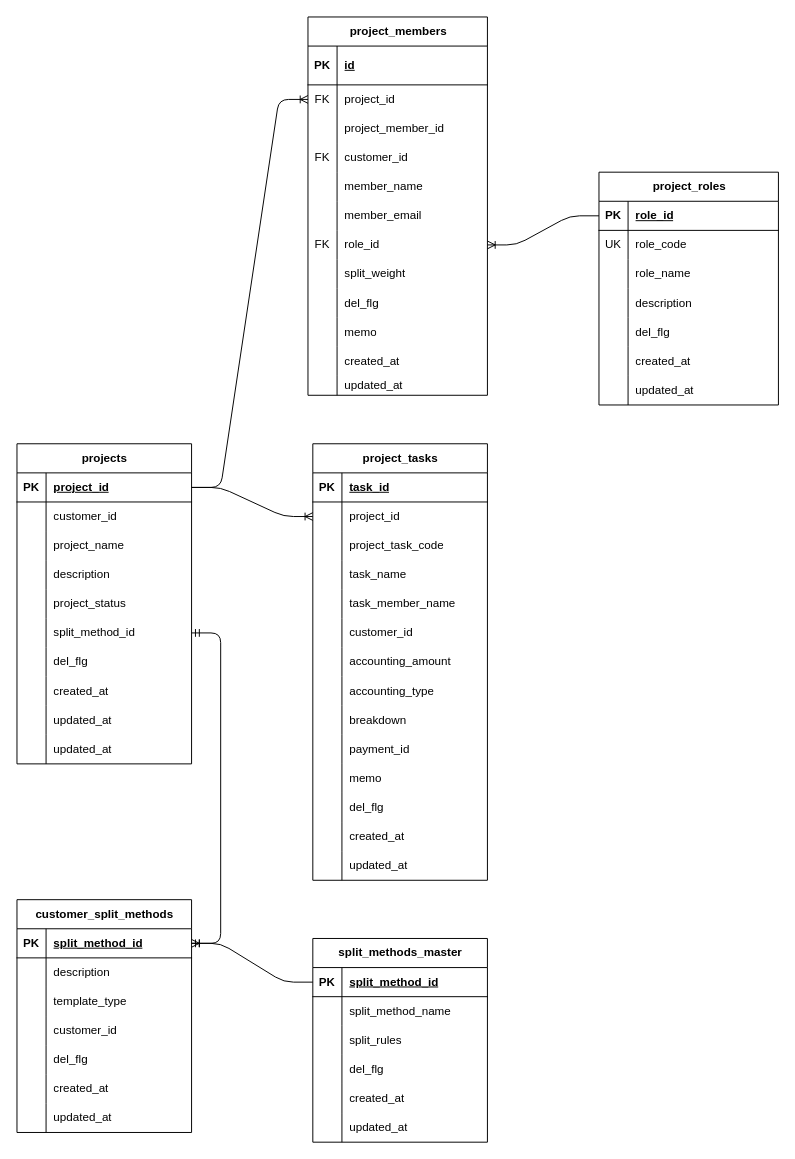
MafsafumiFullno/warikan_app keeps this draw.io diagram as page "プロジェクト系" (4 of 4) of docs/ER-Diagram.drawio. Above is the earlier version. Source tidied: cells renumbered, new cells numbered last; positions are measured from the earlier drawing's top-left corner, leaving out a move shared by most shapes. Both pictures are drawn from the tidied source at 97%, with x=0, y=0 at pixel (16, 16).
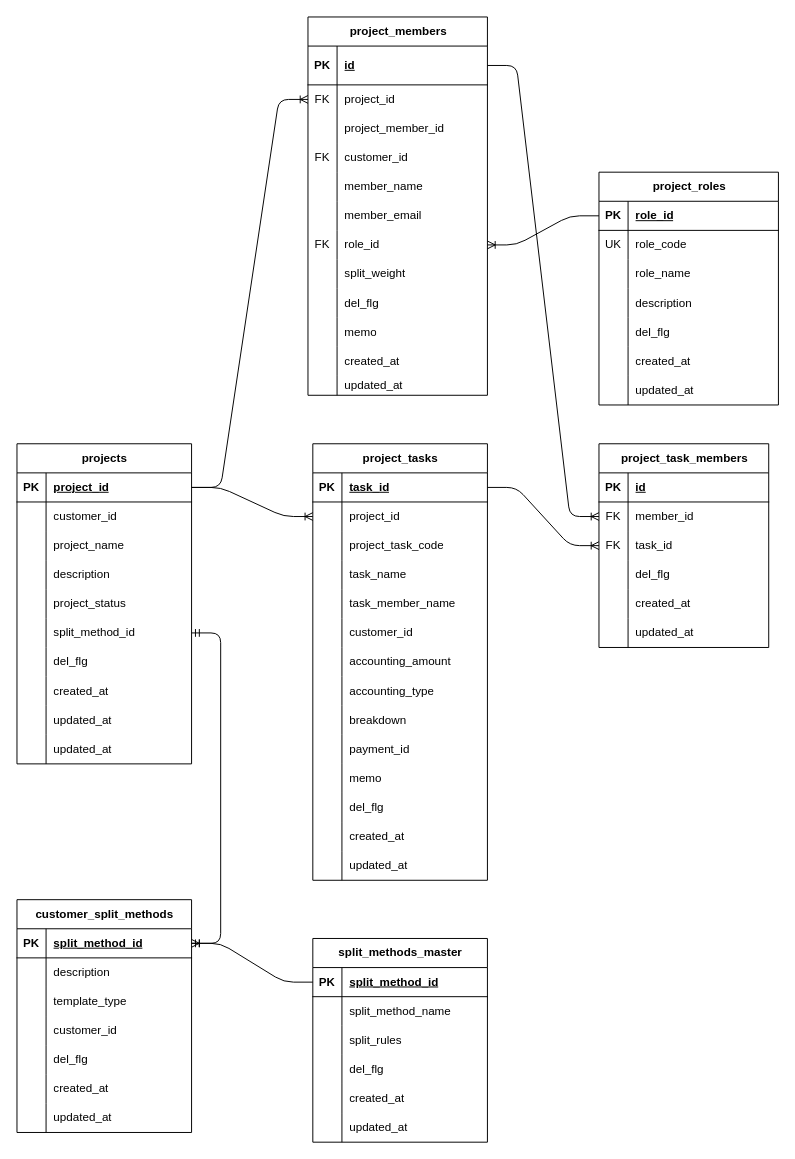
Above is the later version.

Unchanged cells that the change refers to:
```xml
<mxCell id="34" style="shape=tableRow;horizontal=0;startSize=0;swimlaneHead=0;swimlaneBody=0;fillColor=none;points=[[0,0.5],[1,0.5]];portConstraint=eastwest;top=0;left=0;right=0;bottom=1;" parent="33" vertex="1">
  <mxGeometry y="30" width="180" height="30" as="geometry" />
</mxCell>
<mxCell id="143" style="shape=tableRow;horizontal=0;startSize=0;swimlaneHead=0;swimlaneBody=0;fillColor=none;points=[[0,0.5],[1,0.5]];portConstraint=eastwest;top=0;left=0;right=0;bottom=1;" parent="142" vertex="1">
  <mxGeometry y="30" width="185" height="40" as="geometry" />
</mxCell>
```

Change to the diagram source:
```diff
@@
+    <mxCell id="181" value="project_task_members" style="shape=table;startSize=30;childLayout=tableLayout;rowLines=0;fontStyle=1;align=center;html=1;" parent="1" vertex="1">
+      <mxGeometry x="600" y="440" width="175" height="210" as="geometry" />
+    </mxCell>
+    <mxCell id="182" style="shape=tableRow;horizontal=0;startSize=0;swimlaneHead=0;swimlaneBody=0;fillColor=none;top=0;left=0;right=0;bottom=1;" parent="181" vertex="1">
+      <mxGeometry y="30" width="175" height="30" as="geometry" />
+    </mxCell>
+    <mxCell id="183" value="PK" style="shape=partialRectangle;fillColor=none;top=0;left=0;bottom=0;right=0;fontStyle=1;overflow=hidden;whiteSpace=wrap;html=1;" parent="182" vertex="1">
+      <mxGeometry width="30" height="30" as="geometry" />
+    </mxCell>
+    <mxCell id="184" value="id" style="shape=partialRectangle;fillColor=none;top=0;left=0;bottom=0;right=0;align=left;spacingLeft=6;fontStyle=5;overflow=hidden;whiteSpace=wrap;html=1;" parent="182" vertex="1">
+      <mxGeometry x="30" width="145" height="30" as="geometry" />
+    </mxCell>
+    <mxCell id="185" style="shape=tableRow;horizontal=0;startSize=0;swimlaneHead=0;swimlaneBody=0;fillColor=none;points=[[0,0.5],[1,0.5]];portConstraint=eastwest;top=0;left=0;right=0;bottom=0;" parent="181" vertex="1">
+      <mxGeometry y="60" width="175" height="30" as="geometry" />
+    </mxCell>
+    <mxCell id="186" value="FK" style="shape=partialRectangle;fillColor=none;top=0;left=0;bottom=0;right=0;overflow=hidden;whiteSpace=wrap;html=1;" parent="185" vertex="1">
+      <mxGeometry width="30" height="30" as="geometry" />
+    </mxCell>
+    <mxCell id="187" value="member_id" style="shape=partialRectangle;fillColor=none;top=0;left=0;bottom=0;right=0;align=left;spacingLeft=6;overflow=hidden;whiteSpace=wrap;html=1;" parent="185" vertex="1">
+      <mxGeometry x="30" width="145" height="30" as="geometry" />
+    </mxCell>
+    <mxCell id="188" style="shape=tableRow;horizontal=0;startSize=0;swimlaneHead=0;swimlaneBody=0;fillColor=none;points=[[0,0.5],[1,0.5]];portConstraint=eastwest;top=0;left=0;right=0;bottom=0;" parent="181" vertex="1">
+      <mxGeometry y="90" width="175" height="30" as="geometry" />
+    </mxCell>
+    <mxCell id="189" value="FK" style="shape=partialRectangle;fillColor=none;top=0;left=0;bottom=0;right=0;overflow=hidden;whiteSpace=wrap;html=1;" parent="188" vertex="1">
+      <mxGeometry width="30" height="30" as="geometry" />
+    </mxCell>
+    <mxCell id="190" value="task_id" style="shape=partialRectangle;fillColor=none;top=0;left=0;bottom=0;right=0;align=left;spacingLeft=6;overflow=hidden;whiteSpace=wrap;html=1;" parent="188" vertex="1">
+      <mxGeometry x="30" width="145" height="30" as="geometry" />
+    </mxCell>
+    <mxCell id="191" style="shape=tableRow;horizontal=0;startSize=0;swimlaneHead=0;swimlaneBody=0;fillColor=none;top=0;left=0;right=0;bottom=0;" parent="181" vertex="1">
+      <mxGeometry y="120" width="175" height="30" as="geometry" />
+    </mxCell>
+    <mxCell id="192" style="shape=partialRectangle;fillColor=none;top=0;left=0;bottom=0;right=0;overflow=hidden;whiteSpace=wrap;html=1;" parent="191" vertex="1">
+      <mxGeometry width="30" height="30" as="geometry" />
+    </mxCell>
+    <mxCell id="193" value="del_flg" style="shape=partialRectangle;fillColor=none;top=0;left=0;bottom=0;right=0;align=left;spacingLeft=6;overflow=hidden;whiteSpace=wrap;html=1;" parent="191" vertex="1">
+      <mxGeometry x="30" width="145" height="30" as="geometry" />
+    </mxCell>
+    <mxCell id="194" style="shape=tableRow;horizontal=0;startSize=0;swimlaneHead=0;swimlaneBody=0;fillColor=none;top=0;left=0;right=0;bottom=0;" parent="181" vertex="1">
+      <mxGeometry y="150" width="175" height="30" as="geometry" />
+    </mxCell>
+    <mxCell id="195" style="shape=partialRectangle;fillColor=none;top=0;left=0;bottom=0;right=0;overflow=hidden;whiteSpace=wrap;html=1;" parent="194" vertex="1">
+      <mxGeometry width="30" height="30" as="geometry" />
+    </mxCell>
+    <mxCell id="196" value="created_at" style="shape=partialRectangle;fillColor=none;top=0;left=0;bottom=0;right=0;align=left;spacingLeft=6;overflow=hidden;whiteSpace=wrap;html=1;" parent="194" vertex="1">
+      <mxGeometry x="30" width="145" height="30" as="geometry" />
+    </mxCell>
+    <mxCell id="197" style="shape=tableRow;horizontal=0;startSize=0;swimlaneHead=0;swimlaneBody=0;fillColor=none;top=0;left=0;right=0;bottom=0;" parent="181" vertex="1">
+      <mxGeometry y="180" width="175" height="30" as="geometry" />
+    </mxCell>
+    <mxCell id="198" style="shape=partialRectangle;fillColor=none;top=0;left=0;bottom=0;right=0;overflow=hidden;whiteSpace=wrap;html=1;" parent="197" vertex="1">
+      <mxGeometry width="30" height="30" as="geometry" />
+    </mxCell>
+    <mxCell id="199" value="updated_at" style="shape=partialRectangle;fillColor=none;top=0;left=0;bottom=0;right=0;align=left;spacingLeft=6;overflow=hidden;whiteSpace=wrap;html=1;" parent="197" vertex="1">
+      <mxGeometry x="30" width="145" height="30" as="geometry" />
+    </mxCell>
+    <mxCell id="200" style="edgeStyle=entityRelationEdgeStyle;fontSize=12;html=1;endArrow=ERoneToMany;exitX=1;exitY=0.5;exitDx=0;exitDy=0;entryX=0;entryY=0.5;entryDx=0;entryDy=0;" parent="1" edge="1" source="34" target="188">
+      <mxGeometry relative="1" as="geometry" />
+    </mxCell>
+    <mxCell id="201" style="edgeStyle=entityRelationEdgeStyle;fontSize=12;html=1;endArrow=ERoneToMany;exitX=1;exitY=0.5;exitDx=0;exitDy=0;entryX=0;entryY=0.5;entryDx=0;entryDy=0;" parent="1" edge="1" source="143" target="185">
+      <mxGeometry relative="1" as="geometry" />
+    </mxCell>
```
